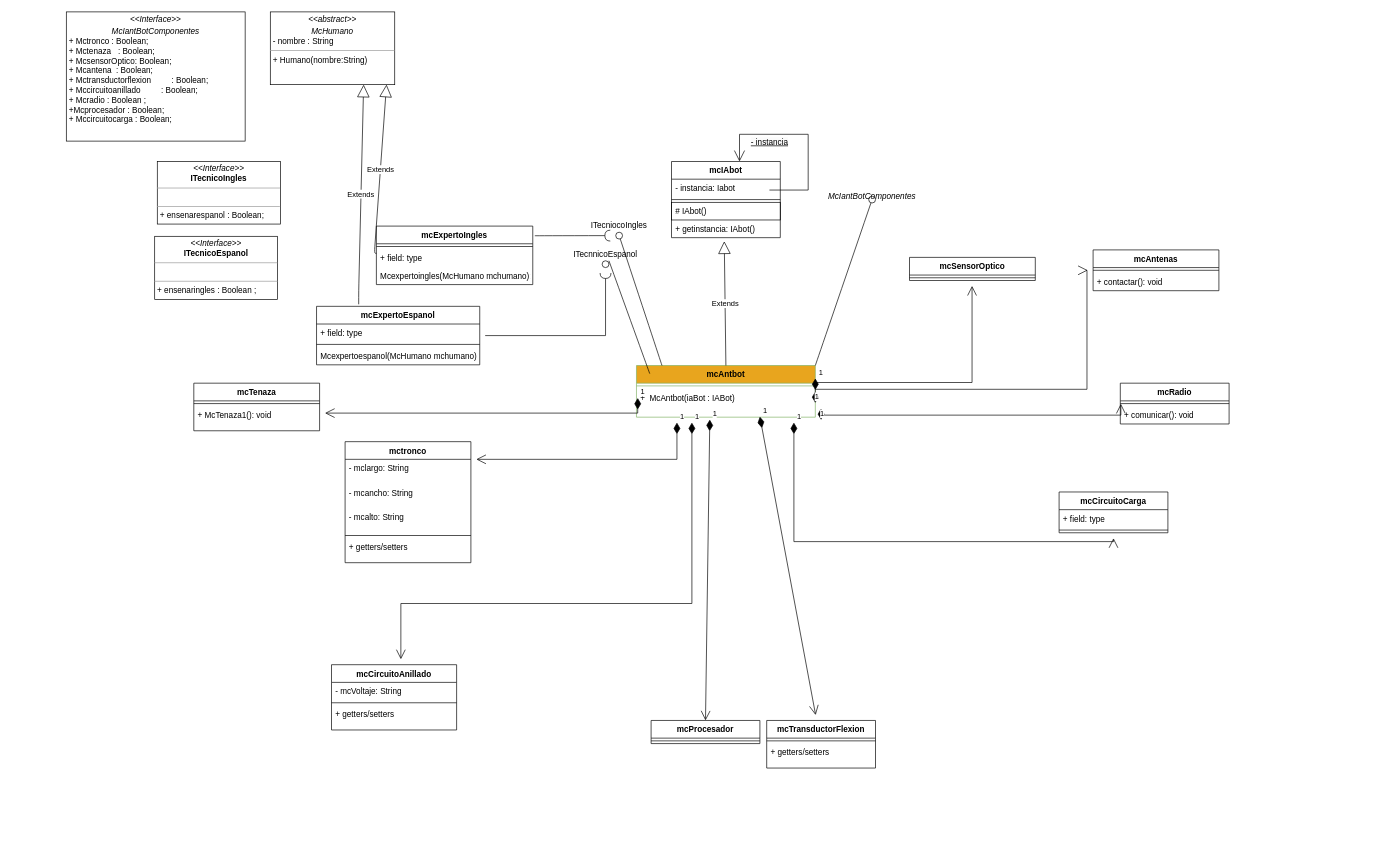
The draw.io diagram MCutilities/diagramaClasaAntoBot.dio in Vladimirjon/AntBot, before the edit. Source tidied: cells renumbered, new cells numbered last; positions are measured from the earlier drawing's top-left corner, leaving out a move shared by most shapes. Both pictures are drawn from the tidied source at 68%, with x=0, y=0 at pixel (66, 12).
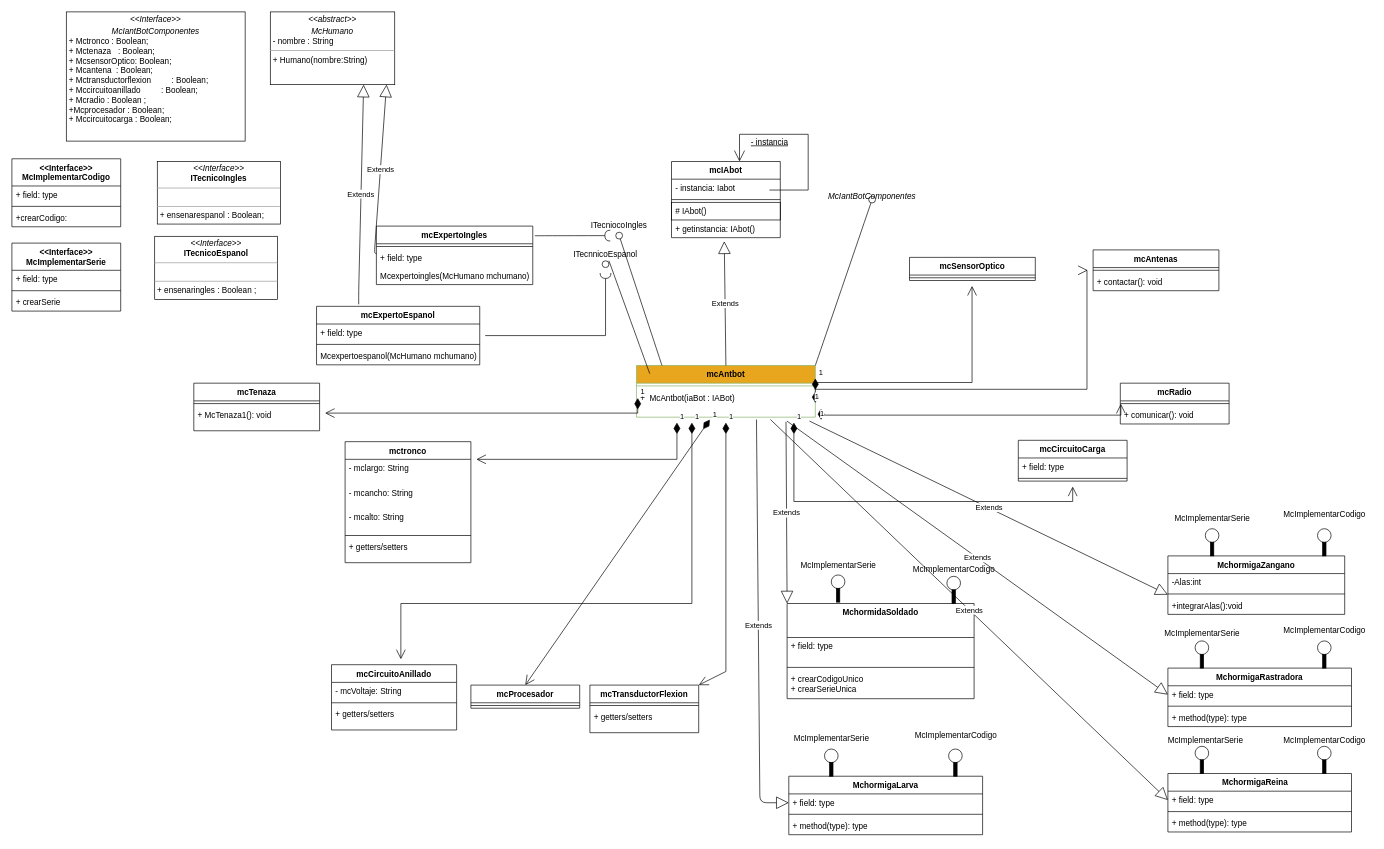
The same page after the edit.

Unchanged cells that the change refers to:
```xml
<mxCell id="9" value="mcAntbot" style="swimlane;fontStyle=1;align=center;verticalAlign=top;horizontal=1;startSize=26;fillColor=#E8A51E;strokeColor=#82b366;" parent="1" vertex="1">
  <mxGeometry x="838.5" y="520" width="263" height="76" as="geometry" />
</mxCell>
<mxCell id="11" value="+  McAntbot(iaBot : IABot)&#10;" style="text;strokeColor=none;fillColor=none;align=left;verticalAlign=top;spacingLeft=4;spacingRight=4;overflow=hidden;points=[[0,0.5],[1,0.5]];portConstraint=eastwest;" parent="9" vertex="1">
  <mxGeometry y="34" width="263" height="42" as="geometry" />
</mxCell>
```

Change to the diagram source:
```diff
@@
-    <mxCell id="27" value="1" style="endArrow=open;html=1;endSize=12;startArrow=diamondThin;startSize=14;startFill=1;align=left;verticalAlign=bottom;rounded=0;sourcePerimeterSpacing=8;targetPerimeterSpacing=8;exitX=0.69;exitY=0.983;exitDx=0;exitDy=0;exitPerimeter=0;" parent="1" edge="1" source="11" target="35">
-      <mxGeometry x="-1" y="3" relative="1" as="geometry" />
+    <mxCell id="27" value="1" style="endArrow=open;html=1;endSize=12;startArrow=diamondThin;startSize=14;startFill=1;align=left;verticalAlign=bottom;rounded=0;sourcePerimeterSpacing=8;targetPerimeterSpacing=8;entryX=1;entryY=0;entryDx=0;entryDy=0;" parent="1" edge="1" source="11" target="35">
+      <mxGeometry x="-1" y="3" relative="1" as="geometry">
+        <Array as="points">
+          <mxPoint x="970" y="970" />
+        </Array>
+      </mxGeometry>
     </mxCell>
     <mxCell id="28" value="mcCircuitoCarga" style="swimlane;fontStyle=1;align=center;verticalAlign=top;horizontal=1;startSize=26;" parent="1" vertex="1">
-      <mxGeometry x="1460" y="706" width="160" height="60" as="geometry" />
+      <mxGeometry x="1400" y="630" width="160" height="60" as="geometry" />
     </mxCell>
@@
     <mxCell id="32" value="1" style="endArrow=open;html=1;endSize=12;startArrow=diamondThin;startSize=14;startFill=1;edgeStyle=orthogonalEdgeStyle;align=left;verticalAlign=bottom;rounded=0;sourcePerimeterSpacing=8;targetPerimeterSpacing=8;" parent="1" edge="1" source="9" target="28">
       <mxGeometry x="-1" y="3" relative="1" as="geometry">
         <Array as="points">
-          <mxPoint x="1070" y="779" />
+          <mxPoint x="1070" y="720" />
+          <mxPoint x="1480" y="720" />
         </Array>
       </mxGeometry>
     </mxCell>
     <mxCell id="33" value="mcProcesador" style="swimlane;fontStyle=1;align=center;verticalAlign=top;horizontal=1;startSize=26;" parent="1" vertex="1">
-      <mxGeometry x="860" y="1042" width="160" height="34" as="geometry" />
+      <mxGeometry x="595" y="990" width="160" height="34" as="geometry" />
     </mxCell>
@@
     <mxCell id="35" value="mcTransductorFlexion" style="swimlane;fontStyle=1;align=center;verticalAlign=top;horizontal=1;startSize=26;" parent="1" vertex="1">
-      <mxGeometry x="1030" y="1042" width="160" height="70" as="geometry" />
+      <mxGeometry x="770" y="990" width="160" height="70" as="geometry" />
     </mxCell>
@@
+    <mxCell id="73" value="MchormidaSoldado" style="swimlane;fontStyle=1;align=center;verticalAlign=top;horizontal=1;startSize=50;" parent="1" vertex="1">
+      <mxGeometry x="1060" y="870" width="275" height="140" as="geometry" />
+    </mxCell>
+    <mxCell id="74" value="+ field: type" style="text;strokeColor=none;fillColor=none;align=left;verticalAlign=top;spacingLeft=4;spacingRight=4;overflow=hidden;" parent="73" vertex="1">
+      <mxGeometry y="50" width="275" height="40" as="geometry" />
+    </mxCell>
+    <mxCell id="75" style="line;strokeWidth=1;fillColor=none;align=left;verticalAlign=middle;spacingTop=-1;spacingLeft=3;spacingRight=3;labelPosition=right;strokeColor=inherit;" parent="73" vertex="1">
+      <mxGeometry y="90" width="275" height="8" as="geometry" />
+    </mxCell>
+    <mxCell id="76" value="+ crearCodigoUnico&#10;+ crearSerieUnica&#10;" style="text;strokeColor=none;fillColor=none;align=left;verticalAlign=top;spacingLeft=4;spacingRight=4;overflow=hidden;" parent="73" vertex="1">
+      <mxGeometry y="98" width="275" height="42" as="geometry" />
+    </mxCell>
+    <mxCell id="77" value="MchormigaZangano" style="swimlane;fontStyle=1;align=center;verticalAlign=top;horizontal=1;startSize=26;" parent="1" vertex="1">
+      <mxGeometry x="1620" y="800" width="260" height="86" as="geometry" />
+    </mxCell>
+    <mxCell id="78" value="-Alas:int " style="text;strokeColor=none;fillColor=none;align=left;verticalAlign=top;spacingLeft=4;spacingRight=4;overflow=hidden;" parent="77" vertex="1">
+      <mxGeometry y="26" width="260" height="26" as="geometry" />
+    </mxCell>
+    <mxCell id="79" style="line;strokeWidth=1;fillColor=none;align=left;verticalAlign=middle;spacingTop=-1;spacingLeft=3;spacingRight=3;labelPosition=right;strokeColor=inherit;" parent="77" vertex="1">
+      <mxGeometry y="52" width="260" height="8" as="geometry" />
+    </mxCell>
+    <mxCell id="80" value="+integrarAlas():void" style="text;strokeColor=none;fillColor=none;align=left;verticalAlign=top;spacingLeft=4;spacingRight=4;overflow=hidden;" parent="77" vertex="1">
+      <mxGeometry y="60" width="260" height="26" as="geometry" />
+    </mxCell>
+    <mxCell id="81" value="MchormigaLarva" style="swimlane;fontStyle=1;align=center;verticalAlign=top;horizontal=1;startSize=26;" parent="1" vertex="1">
+      <mxGeometry x="1062.5" y="1124" width="285" height="86" as="geometry" />
+    </mxCell>
+    <mxCell id="82" value="+ field: type" style="text;strokeColor=none;fillColor=none;align=left;verticalAlign=top;spacingLeft=4;spacingRight=4;overflow=hidden;points=[[0,0.5],[1,0.5]];portConstraint=eastwest;" parent="81" vertex="1">
+      <mxGeometry y="26" width="285" height="26" as="geometry" />
+    </mxCell>
+    <mxCell id="83" style="line;strokeWidth=1;fillColor=none;align=left;verticalAlign=middle;spacingTop=-1;spacingLeft=3;spacingRight=3;labelPosition=right;strokeColor=inherit;" parent="81" vertex="1">
+      <mxGeometry y="52" width="285" height="8" as="geometry" />
+    </mxCell>
+    <mxCell id="84" value="+ method(type): type" style="text;strokeColor=none;fillColor=none;align=left;verticalAlign=top;spacingLeft=4;spacingRight=4;overflow=hidden;" parent="81" vertex="1">
+      <mxGeometry y="60" width="285" height="26" as="geometry" />
+    </mxCell>
+    <mxCell id="85" value="MchormigaRastradora" style="swimlane;fontStyle=1;align=center;verticalAlign=top;horizontal=1;startSize=26;" parent="1" vertex="1">
+      <mxGeometry x="1620" y="965" width="270" height="86" as="geometry" />
+    </mxCell>
+    <mxCell id="86" value="+ field: type" style="text;strokeColor=none;fillColor=none;align=left;verticalAlign=top;spacingLeft=4;spacingRight=4;overflow=hidden;points=[[0,0.5],[1,0.5]];portConstraint=eastwest;" parent="85" vertex="1">
+      <mxGeometry y="26" width="270" height="26" as="geometry" />
+    </mxCell>
+    <mxCell id="87" style="line;strokeWidth=1;fillColor=none;align=left;verticalAlign=middle;spacingTop=-1;spacingLeft=3;spacingRight=3;labelPosition=right;strokeColor=inherit;" parent="85" vertex="1">
+      <mxGeometry y="52" width="270" height="8" as="geometry" />
+    </mxCell>
+    <mxCell id="88" value="+ method(type): type" style="text;strokeColor=none;fillColor=none;align=left;verticalAlign=top;spacingLeft=4;spacingRight=4;overflow=hidden;" parent="85" vertex="1">
+      <mxGeometry y="60" width="270" height="26" as="geometry" />
+    </mxCell>
+    <mxCell id="89" value="MchormigaReina    " style="swimlane;fontStyle=1;align=center;verticalAlign=top;horizontal=1;startSize=26;" parent="1" vertex="1">
+      <mxGeometry x="1620" y="1120" width="270" height="86" as="geometry" />
+    </mxCell>
+    <mxCell id="90" value="+ field: type" style="text;strokeColor=none;fillColor=none;align=left;verticalAlign=top;spacingLeft=4;spacingRight=4;overflow=hidden;points=[[0,0.5],[1,0.5]];portConstraint=eastwest;" parent="89" vertex="1">
+      <mxGeometry y="26" width="270" height="26" as="geometry" />
+    </mxCell>
+    <mxCell id="91" style="line;strokeWidth=1;fillColor=none;align=left;verticalAlign=middle;spacingTop=-1;spacingLeft=3;spacingRight=3;labelPosition=right;strokeColor=inherit;" parent="89" vertex="1">
+      <mxGeometry y="52" width="270" height="8" as="geometry" />
+    </mxCell>
+    <mxCell id="92" value="+ method(type): type" style="text;strokeColor=none;fillColor=none;align=left;verticalAlign=top;spacingLeft=4;spacingRight=4;overflow=hidden;" parent="89" vertex="1">
+      <mxGeometry y="60" width="270" height="26" as="geometry" />
+    </mxCell>
+    <mxCell id="93" value="&lt;&lt;Interface&gt;&gt;&#10;McImplementarCodigo" style="swimlane;fontStyle=1;align=center;verticalAlign=top;horizontal=1;startSize=40;" parent="1" vertex="1">
+      <mxGeometry x="-80" y="216" width="160" height="100" as="geometry" />
+    </mxCell>
+    <mxCell id="94" value="+ field: type" style="text;strokeColor=none;fillColor=none;align=left;verticalAlign=top;spacingLeft=4;spacingRight=4;overflow=hidden;" parent="93" vertex="1">
+      <mxGeometry y="40" width="160" height="26" as="geometry" />
+    </mxCell>
+    <mxCell id="95" style="line;strokeWidth=1;fillColor=none;align=left;verticalAlign=middle;spacingTop=-1;spacingLeft=3;spacingRight=3;labelPosition=right;strokeColor=inherit;" parent="93" vertex="1">
+      <mxGeometry y="66" width="160" height="8" as="geometry" />
+    </mxCell>
+    <mxCell id="96" value="+crearCodigo:" style="text;strokeColor=none;fillColor=none;align=left;verticalAlign=top;spacingLeft=4;spacingRight=4;overflow=hidden;" parent="93" vertex="1">
+      <mxGeometry y="74" width="160" height="26" as="geometry" />
+    </mxCell>
+    <mxCell id="97" value="&lt;&lt;Interface&gt;&gt;&#10;McImplementarSerie" style="swimlane;fontStyle=1;align=center;verticalAlign=top;horizontal=1;startSize=40;" parent="1" vertex="1">
+      <mxGeometry x="-80" y="340" width="160" height="100" as="geometry" />
+    </mxCell>
+    <mxCell id="98" value="+ field: type" style="text;strokeColor=none;fillColor=none;align=left;verticalAlign=top;spacingLeft=4;spacingRight=4;overflow=hidden;" parent="97" vertex="1">
+      <mxGeometry y="40" width="160" height="26" as="geometry" />
+    </mxCell>
+    <mxCell id="99" style="line;strokeWidth=1;fillColor=none;align=left;verticalAlign=middle;spacingTop=-1;spacingLeft=3;spacingRight=3;labelPosition=right;strokeColor=inherit;" parent="97" vertex="1">
+      <mxGeometry y="66" width="160" height="8" as="geometry" />
+    </mxCell>
+    <mxCell id="100" value="+ crearSerie&#10;" style="text;strokeColor=none;fillColor=none;align=left;verticalAlign=top;spacingLeft=4;spacingRight=4;overflow=hidden;" parent="97" vertex="1">
+      <mxGeometry y="74" width="160" height="26" as="geometry" />
+    </mxCell>
+    <mxCell id="101" style="ellipse;" parent="1" vertex="1">
+      <mxGeometry x="1840" y="760" width="20" height="20" as="geometry" />
+    </mxCell>
+    <mxCell id="102" style="html=1;perimeter=orthogonalPerimeter;fillColor=strokeColor;" parent="1" vertex="1">
+      <mxGeometry x="1847.5" y="780" width="5" height="20" as="geometry" />
+    </mxCell>
+    <mxCell id="103" style="ellipse;" parent="1" vertex="1">
+      <mxGeometry x="1840" y="925" width="20" height="20" as="geometry" />
+    </mxCell>
+    <mxCell id="104" style="html=1;perimeter=orthogonalPerimeter;fillColor=strokeColor;" parent="1" vertex="1">
+      <mxGeometry x="1847.5" y="945" width="5" height="20" as="geometry" />
+    </mxCell>
+    <mxCell id="105" style="ellipse;" parent="1" vertex="1">
+      <mxGeometry x="1840" y="1080" width="20" height="20" as="geometry" />
+    </mxCell>
+    <mxCell id="106" style="html=1;perimeter=orthogonalPerimeter;fillColor=strokeColor;" parent="1" vertex="1">
+      <mxGeometry x="1847.5" y="1100" width="5" height="20" as="geometry" />
+    </mxCell>
+    <mxCell id="107" style="ellipse;" parent="1" vertex="1">
+      <mxGeometry x="1297.5" y="1084" width="20" height="20" as="geometry" />
+    </mxCell>
+    <mxCell id="108" style="html=1;perimeter=orthogonalPerimeter;fillColor=strokeColor;" parent="1" vertex="1">
+      <mxGeometry x="1305" y="1104" width="5" height="20" as="geometry" />
+    </mxCell>
+    <mxCell id="109" style="ellipse;" parent="1" vertex="1">
+      <mxGeometry x="1295" y="830" width="20" height="20" as="geometry" />
+    </mxCell>
+    <mxCell id="110" style="html=1;perimeter=orthogonalPerimeter;fillColor=strokeColor;" parent="1" vertex="1">
+      <mxGeometry x="1302.5" y="850" width="5" height="20" as="geometry" />
+    </mxCell>
+    <mxCell id="111" value="McImplementarCodigo" style="text;html=1;align=center;verticalAlign=middle;strokeColor=none;fillColor=none;" parent="1" vertex="1">
+      <mxGeometry x="1235" y="805" width="140" height="30" as="geometry" />
+    </mxCell>
+    <mxCell id="112" value="McImplementarCodigo" style="text;html=1;align=center;verticalAlign=middle;strokeColor=none;fillColor=none;" parent="1" vertex="1">
+      <mxGeometry x="1780" y="725" width="140" height="30" as="geometry" />
+    </mxCell>
+    <mxCell id="113" value="McImplementarCodigo" style="text;html=1;align=center;verticalAlign=middle;strokeColor=none;fillColor=none;" parent="1" vertex="1">
+      <mxGeometry x="1780" y="895" width="140" height="30" as="geometry" />
+    </mxCell>
+    <mxCell id="114" value="McImplementarCodigo" style="text;html=1;align=center;verticalAlign=middle;strokeColor=none;fillColor=none;" parent="1" vertex="1">
+      <mxGeometry x="1780" y="1056" width="140" height="30" as="geometry" />
+    </mxCell>
+    <mxCell id="115" value="McImplementarCodigo" style="text;html=1;align=center;verticalAlign=middle;strokeColor=none;fillColor=none;" parent="1" vertex="1">
+      <mxGeometry x="1237.5" y="1050" width="140" height="30" as="geometry" />
+    </mxCell>
+    <mxCell id="116" style="ellipse;" parent="1" vertex="1">
+      <mxGeometry x="1125" y="828" width="20" height="20" as="geometry" />
+    </mxCell>
+    <mxCell id="117" style="html=1;perimeter=orthogonalPerimeter;fillColor=strokeColor;" parent="1" vertex="1">
+      <mxGeometry x="1132.5" y="848" width="5" height="20" as="geometry" />
+    </mxCell>
+    <mxCell id="118" style="ellipse;" parent="1" vertex="1">
+      <mxGeometry x="1115" y="1084" width="20" height="20" as="geometry" />
+    </mxCell>
+    <mxCell id="119" style="html=1;perimeter=orthogonalPerimeter;fillColor=strokeColor;" parent="1" vertex="1">
+      <mxGeometry x="1122.5" y="1104" width="5" height="20" as="geometry" />
+    </mxCell>
+    <mxCell id="120" style="ellipse;" parent="1" vertex="1">
+      <mxGeometry x="1660" y="1080" width="20" height="20" as="geometry" />
+    </mxCell>
+    <mxCell id="121" style="html=1;perimeter=orthogonalPerimeter;fillColor=strokeColor;" parent="1" vertex="1">
+      <mxGeometry x="1667.5" y="1100" width="5" height="20" as="geometry" />
+    </mxCell>
+    <mxCell id="122" style="ellipse;" parent="1" vertex="1">
+      <mxGeometry x="1660" y="925" width="20" height="20" as="geometry" />
+    </mxCell>
+    <mxCell id="123" style="html=1;perimeter=orthogonalPerimeter;fillColor=strokeColor;" parent="1" vertex="1">
+      <mxGeometry x="1667.5" y="945" width="5" height="20" as="geometry" />
+    </mxCell>
+    <mxCell id="124" style="ellipse;" parent="1" vertex="1">
+      <mxGeometry x="1675" y="760" width="20" height="20" as="geometry" />
+    </mxCell>
+    <mxCell id="125" style="html=1;perimeter=orthogonalPerimeter;fillColor=strokeColor;" parent="1" vertex="1">
+      <mxGeometry x="1682.5" y="780" width="5" height="20" as="geometry" />
+    </mxCell>
+    <mxCell id="126" value="McImplementarSerie" style="text;html=1;align=center;verticalAlign=middle;strokeColor=none;fillColor=none;" parent="1" vertex="1">
+      <mxGeometry x="1070" y="800" width="130" height="30" as="geometry" />
+    </mxCell>
+    <mxCell id="127" value="McImplementarSerie" style="text;html=1;align=center;verticalAlign=middle;strokeColor=none;fillColor=none;" parent="1" vertex="1">
+      <mxGeometry x="1060" y="1054" width="130" height="30" as="geometry" />
+    </mxCell>
+    <mxCell id="128" value="McImplementarSerie" style="text;html=1;align=center;verticalAlign=middle;strokeColor=none;fillColor=none;" parent="1" vertex="1">
+      <mxGeometry x="1620" y="730" width="130" height="30" as="geometry" />
+    </mxCell>
+    <mxCell id="129" value="McImplementarSerie" style="text;html=1;align=center;verticalAlign=middle;strokeColor=none;fillColor=none;" parent="1" vertex="1">
+      <mxGeometry x="1605" y="900" width="130" height="30" as="geometry" />
+    </mxCell>
+    <mxCell id="130" value="McImplementarSerie" style="text;html=1;align=center;verticalAlign=middle;strokeColor=none;fillColor=none;" parent="1" vertex="1">
+      <mxGeometry x="1610" y="1056" width="130" height="30" as="geometry" />
+    </mxCell>
+    <mxCell id="131" value="Extends" style="endArrow=block;endSize=16;endFill=0;html=1;exitX=0.836;exitY=1.163;exitDx=0;exitDy=0;exitPerimeter=0;entryX=0;entryY=0;entryDx=0;entryDy=0;" parent="1" edge="1" source="11" target="73">
+      <mxGeometry relative="1" as="geometry" />
+    </mxCell>
+    <mxCell id="132" value="Extends" style="endArrow=block;endSize=16;endFill=0;html=1;exitX=0.671;exitY=1.082;exitDx=0;exitDy=0;exitPerimeter=0;entryX=0;entryY=0.5;entryDx=0;entryDy=0;" parent="1" edge="1" source="11" target="82">
+      <mxGeometry relative="1" as="geometry">
+        <Array as="points">
+          <mxPoint x="1020" y="1163" />
+        </Array>
+      </mxGeometry>
+    </mxCell>
+    <mxCell id="133" value="Extends" style="endArrow=block;endSize=16;endFill=0;html=1;exitX=0.967;exitY=1.136;exitDx=0;exitDy=0;exitPerimeter=0;" parent="1" edge="1" source="11">
+      <mxGeometry relative="1" as="geometry">
+        <mxPoint x="1620" y="857" as="targetPoint" />
+      </mxGeometry>
+    </mxCell>
+    <mxCell id="134" value="Extends" style="endArrow=block;endSize=16;endFill=0;html=1;entryX=0;entryY=0.5;entryDx=0;entryDy=0;exitX=0.841;exitY=1.136;exitDx=0;exitDy=0;exitPerimeter=0;" parent="1" edge="1" source="11" target="86">
+      <mxGeometry relative="1" as="geometry" />
+    </mxCell>
+    <mxCell id="135" value="Extends" style="endArrow=block;endSize=16;endFill=0;html=1;entryX=0;entryY=0.5;entryDx=0;entryDy=0;exitX=0.749;exitY=1.082;exitDx=0;exitDy=0;exitPerimeter=0;" parent="1" edge="1" source="11" target="90">
+      <mxGeometry relative="1" as="geometry" />
+    </mxCell>
```
